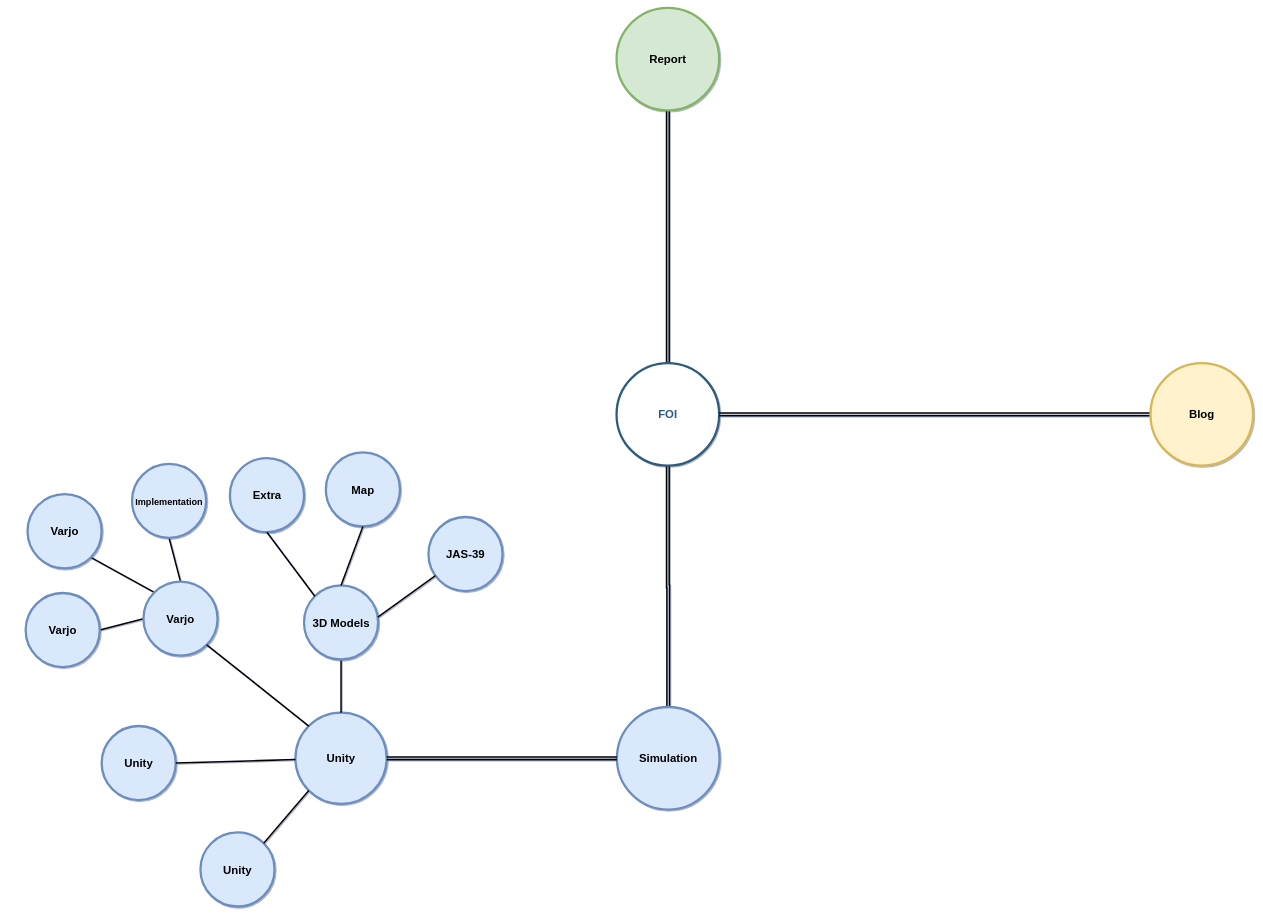
Above: DrawIO/Untitled Diagram.drawio in RabaDabaDoba/FOI (draw.io), before the change. Source tidied: cells renumbered, new cells numbered last; positions are measured from the earlier drawing's top-left corner, leaving out a move shared by most shapes. Both pictures are drawn from the tidied source at 38%, with x=0, y=0 at pixel (6, 8).
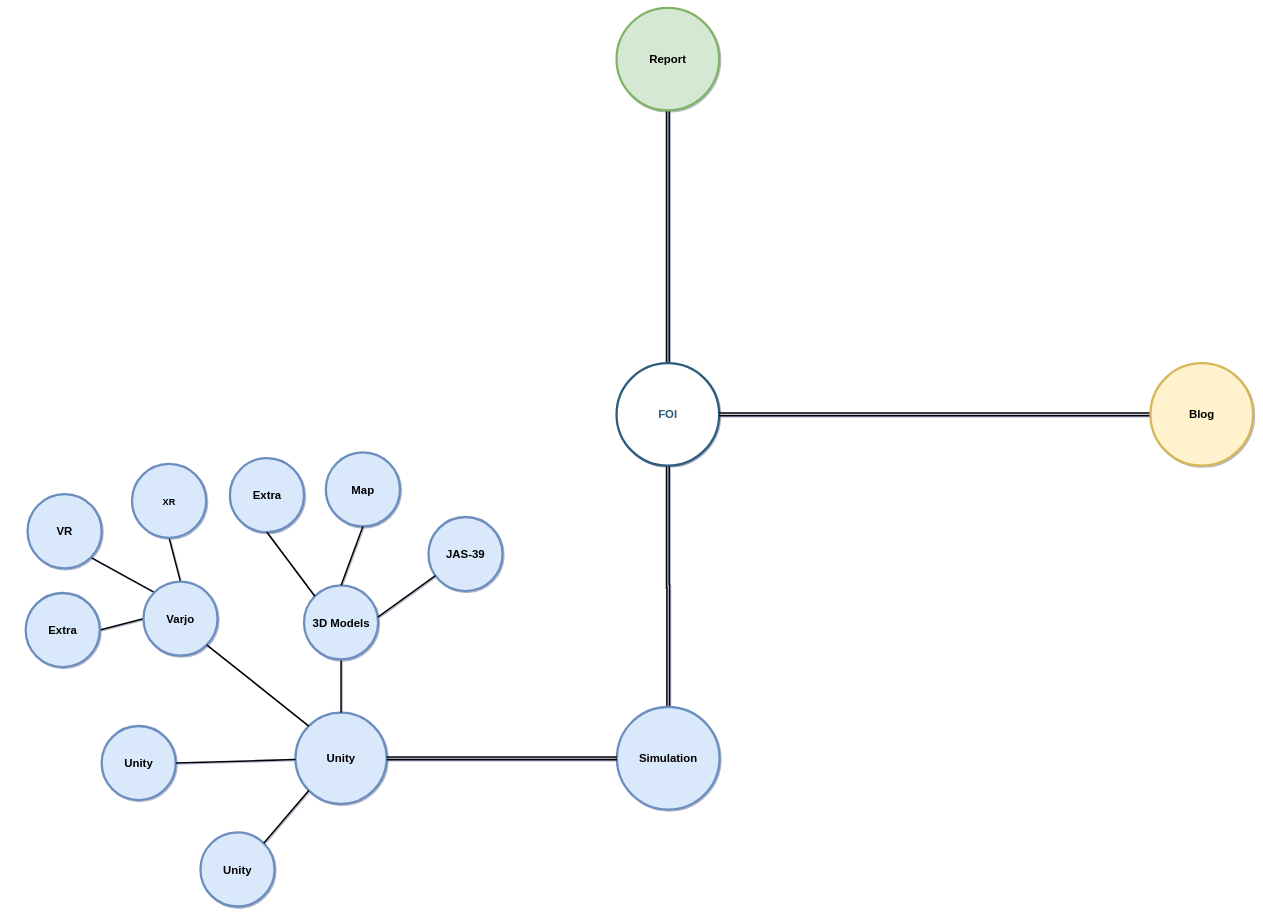
Above is the later version.

Unchanged cells that the change refers to:
```xml
<mxCell id="10" style="group;" parent="8" vertex="1">
  <mxGeometry width="1015" height="1245" as="geometry" />
</mxCell>
```

Diff of the diagram source:
```diff
@@
-    <mxCell id="27" value="&lt;font style=&quot;font-size: 24px&quot;&gt;Implementation&lt;/font&gt;" style="ellipse;whiteSpace=wrap;html=1;shadow=0;fontFamily=Helvetica;fontSize=30;align=center;strokeColor=#6c8ebf;strokeWidth=6;fillColor=#dae8fc;fontStyle=1;" parent="10" vertex="1">
+    <mxCell id="27" value="&lt;font style=&quot;font-size: 24px&quot;&gt;XR&lt;/font&gt;" style="ellipse;whiteSpace=wrap;html=1;shadow=0;fontFamily=Helvetica;fontSize=30;align=center;strokeColor=#6c8ebf;strokeWidth=6;fillColor=#dae8fc;fontStyle=1;" parent="10" vertex="1">
       <mxGeometry x="330" y="60" width="195" height="195" as="geometry" />
     </mxCell>
-    <mxCell id="28" value="Varjo" style="ellipse;whiteSpace=wrap;html=1;shadow=0;fontFamily=Helvetica;fontSize=30;align=center;strokeColor=#6c8ebf;strokeWidth=6;fillColor=#dae8fc;fontStyle=1;" parent="10" vertex="1">
+    <mxCell id="28" value="VR" style="ellipse;whiteSpace=wrap;html=1;shadow=0;fontFamily=Helvetica;fontSize=30;align=center;strokeColor=#6c8ebf;strokeWidth=6;fillColor=#dae8fc;fontStyle=1;" parent="10" vertex="1">
       <mxGeometry x="55" y="140" width="195" height="195" as="geometry" />
     </mxCell>
-    <mxCell id="29" value="Varjo" style="ellipse;whiteSpace=wrap;html=1;shadow=0;fontFamily=Helvetica;fontSize=30;align=center;strokeColor=#6c8ebf;strokeWidth=6;fillColor=#dae8fc;fontStyle=1;" parent="10" vertex="1">
+    <mxCell id="29" value="Extra" style="ellipse;whiteSpace=wrap;html=1;shadow=0;fontFamily=Helvetica;fontSize=30;align=center;strokeColor=#6c8ebf;strokeWidth=6;fillColor=#dae8fc;fontStyle=1;" parent="10" vertex="1">
       <mxGeometry x="50" y="400" width="195" height="195" as="geometry" />
     </mxCell>
```
